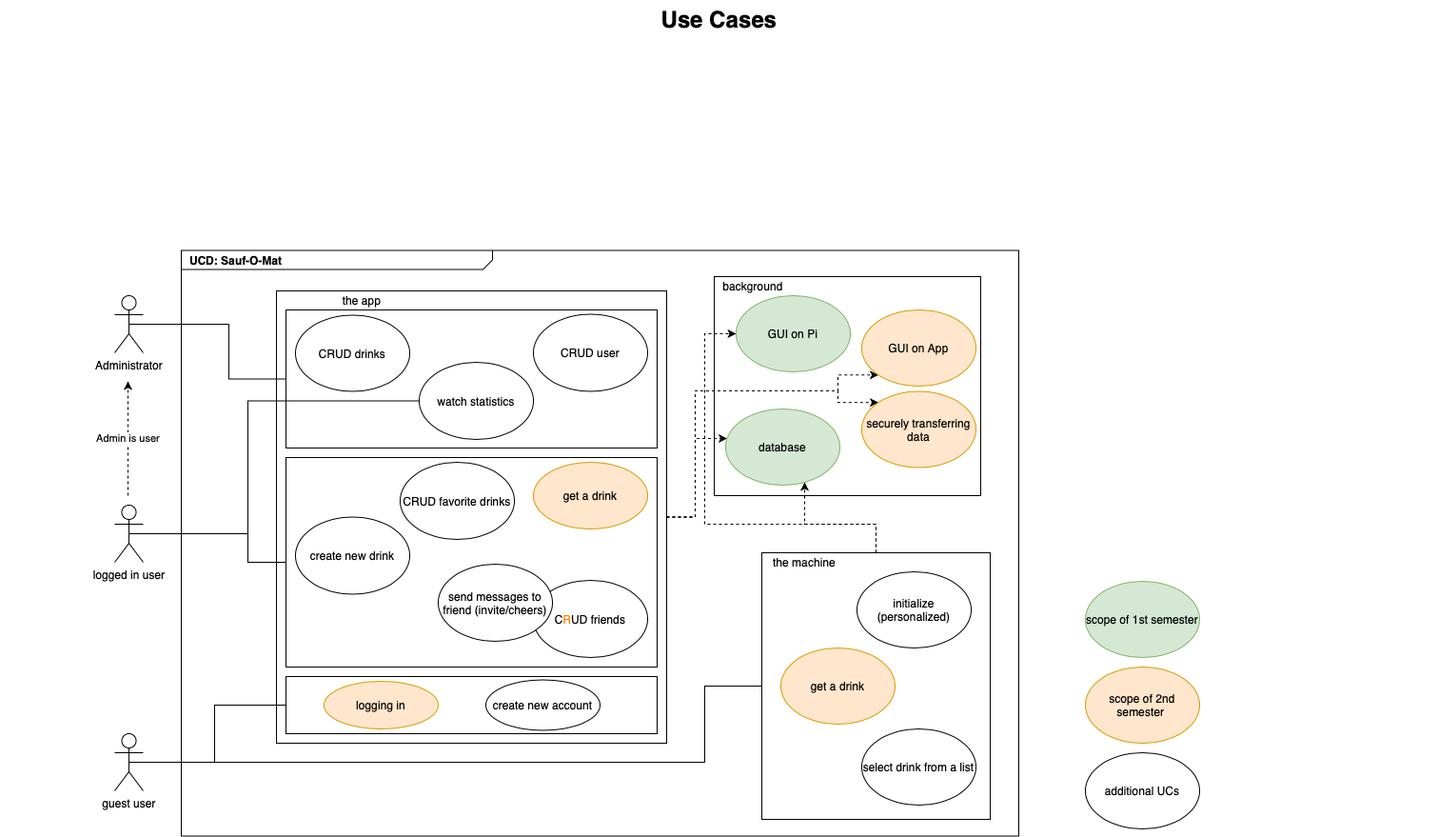
Above: UseCaseDiagram.png in TheLordXII/OneTouch (draw.io), before the change. Source tidied: cells renumbered, new cells last; positions are measured from the earlier drawing's top-left corner, leaving out a move shared by most shapes.
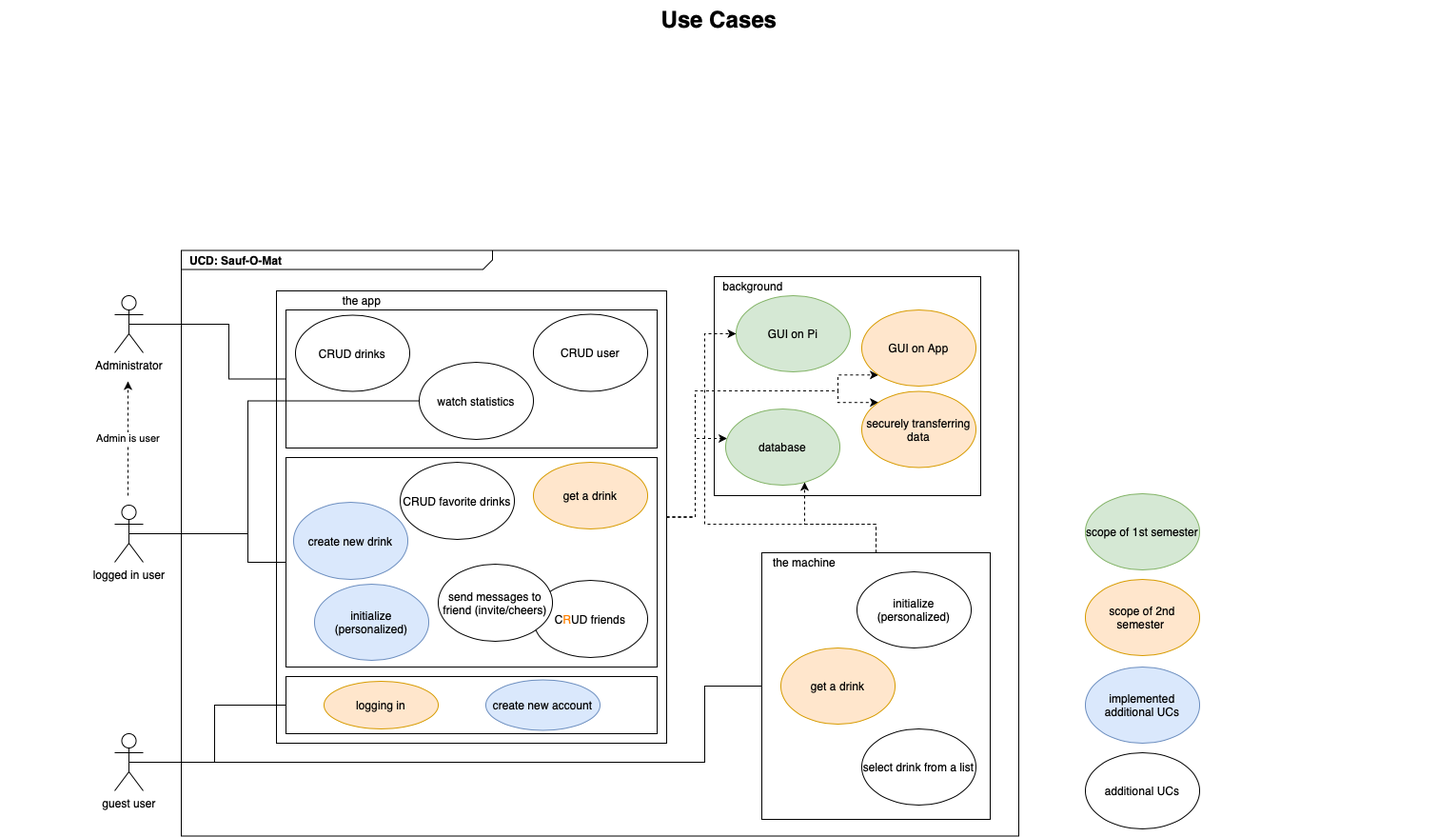
After the commit.

Diff of the diagram source:
```diff
@@ -5,7 +5,7 @@
     <mxCell id="2" style="rounded=0;whiteSpace=wrap;html=1;" parent="1" vertex="1">
       <mxGeometry x="750" y="290" width="280" height="230" as="geometry" />
     </mxCell>
-    <mxCell id="3" value="&lt;p style=&quot;margin: 0px ; margin-top: 4px ; margin-left: 10px ; text-align: left&quot;&gt;&lt;b&gt;UCD: Sauf-O-Mat&lt;/b&gt;&lt;/p&gt;" style="html=1;strokeWidth=1;shape=mxgraph.sysml.package;html=1;overflow=fill;whiteSpace=wrap;fillColor=none;gradientColor=none;fontSize=12;align=center;labelX=327.64;" parent="1" vertex="1">
+    <mxCell id="3" value="&lt;p style=&quot;margin: 0px ; margin-top: 4px ; margin-left: 10px ; text-align: left&quot;&gt;&lt;b&gt;UCD: Sauf-O-Mat&lt;/b&gt;&lt;/p&gt;" style="html=1;strokeWidth=1;shape=mxgraph.sysml.package;html=1;overflow=fill;whiteSpace=wrap;fillColor=none;fontSize=12;align=center;labelX=327.64;" parent="1" vertex="1">
       <mxGeometry x="190" y="262.5" width="880" height="615" as="geometry" />
     </mxCell>
     <mxCell id="4" style="edgeStyle=orthogonalEdgeStyle;rounded=0;jettySize=auto;html=1;dashed=1;" parent="1" edge="1" source="7" target="42">
@@ -151,8 +151,8 @@
     <mxCell id="33" value="logging in" style="ellipse;whiteSpace=wrap;html=1;fillColor=#ffe6cc;strokeColor=#d79b00;" parent="1" vertex="1">
       <mxGeometry x="340" y="715" width="120" height="50" as="geometry" />
     </mxCell>
-    <mxCell id="34" value="create new drink" style="ellipse;whiteSpace=wrap;html=1;" parent="1" vertex="1">
-      <mxGeometry x="310" y="542.5" width="120" height="81" as="geometry" />
+    <mxCell id="34" value="create new drink" style="ellipse;whiteSpace=wrap;html=1;fillColor=#dae8fc;strokeColor=#6c8ebf;" parent="1" vertex="1">
+      <mxGeometry x="308" y="527" width="120" height="81" as="geometry" />
     </mxCell>
     <mxCell id="35" value="CRUD favorite drinks" style="ellipse;whiteSpace=wrap;html=1;" parent="1" vertex="1">
       <mxGeometry x="420" y="485" width="120" height="81" as="geometry" />
@@ -163,7 +163,7 @@
     <mxCell id="37" value="send messages to friend (invite/cheers)" style="ellipse;whiteSpace=wrap;html=1;" parent="1" vertex="1">
       <mxGeometry x="460" y="592" width="120" height="81" as="geometry" />
     </mxCell>
-    <mxCell id="38" value="create new account" style="ellipse;whiteSpace=wrap;html=1;fillColor=#FFFFFF;strokeColor=#000000;" parent="1" vertex="1">
+    <mxCell id="38" value="create new account" style="ellipse;whiteSpace=wrap;html=1;fillColor=#dae8fc;strokeColor=#6c8ebf;" parent="1" vertex="1">
       <mxGeometry x="510" y="713.5" width="120" height="53" as="geometry" />
     </mxCell>
     <mxCell id="39" value="get a drink" style="ellipse;whiteSpace=wrap;html=1;fillColor=#ffe6cc;strokeColor=#d79b00;" parent="1" vertex="1">
@@ -182,13 +182,19 @@
       <mxGeometry x="905" y="325" width="120" height="80" as="geometry" />
     </mxCell>
     <mxCell id="44" value="scope of 2nd semester&amp;nbsp;" style="ellipse;whiteSpace=wrap;html=1;fillColor=#ffe6cc;strokeColor=#d79b00;" parent="1" vertex="1">
-      <mxGeometry x="1140" y="700" width="120" height="80" as="geometry" />
+      <mxGeometry x="1140" y="608" width="120" height="80" as="geometry" />
     </mxCell>
     <mxCell id="45" value="scope of 1st semester" style="ellipse;whiteSpace=wrap;html=1;fillColor=#d5e8d4;strokeColor=#82b366;" parent="1" vertex="1">
-      <mxGeometry x="1140" y="610" width="120" height="80" as="geometry" />
+      <mxGeometry x="1140" y="518" width="120" height="80" as="geometry" />
     </mxCell>
     <mxCell id="46" value="securely transferring data" style="ellipse;whiteSpace=wrap;html=1;fillColor=#ffe6cc;strokeColor=#d79b00;" parent="1" vertex="1">
       <mxGeometry x="905" y="410.5" width="120" height="80" as="geometry" />
     </mxCell>
+    <mxCell id="47" value="implemented&lt;br&gt;additional UCs" style="ellipse;whiteSpace=wrap;html=1;fillColor=#dae8fc;strokeColor=#6c8ebf;" parent="1" vertex="1">
+      <mxGeometry x="1140" y="700" width="120" height="80" as="geometry" />
+    </mxCell>
+    <mxCell id="48" value="initialize (personalized)" style="ellipse;whiteSpace=wrap;html=1;fillColor=#dae8fc;strokeColor=#6c8ebf;" parent="1" vertex="1">
+      <mxGeometry x="330" y="613" width="120" height="80" as="geometry" />
+    </mxCell>
   </root>
 </mxGraphModel>
```
